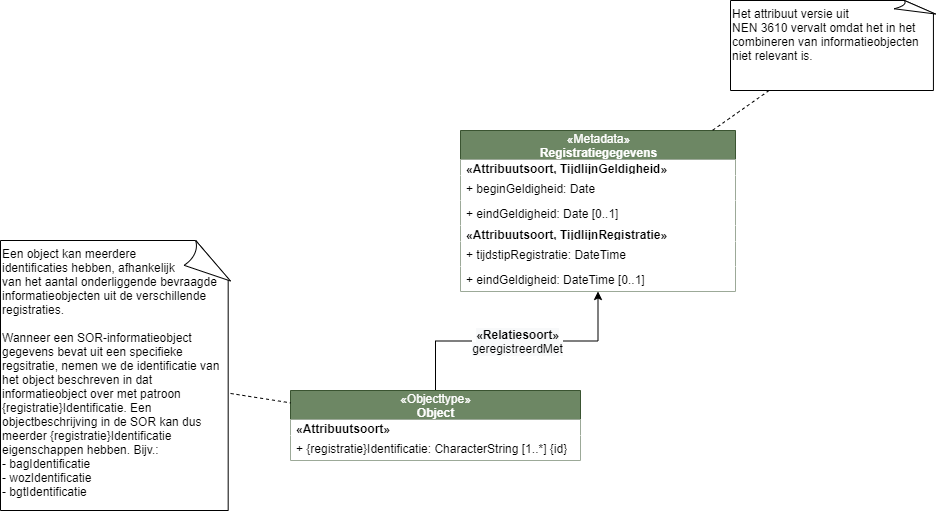
The draw.io diagram inhoudelijkepunten/historie.drawio.png in Geonovum/disgeo-demo-3a, before a commit. Source tidied: cells renumbered, new cells last; positions are measured from the earlier drawing's top-left corner, leaving out a move shared by most shapes.
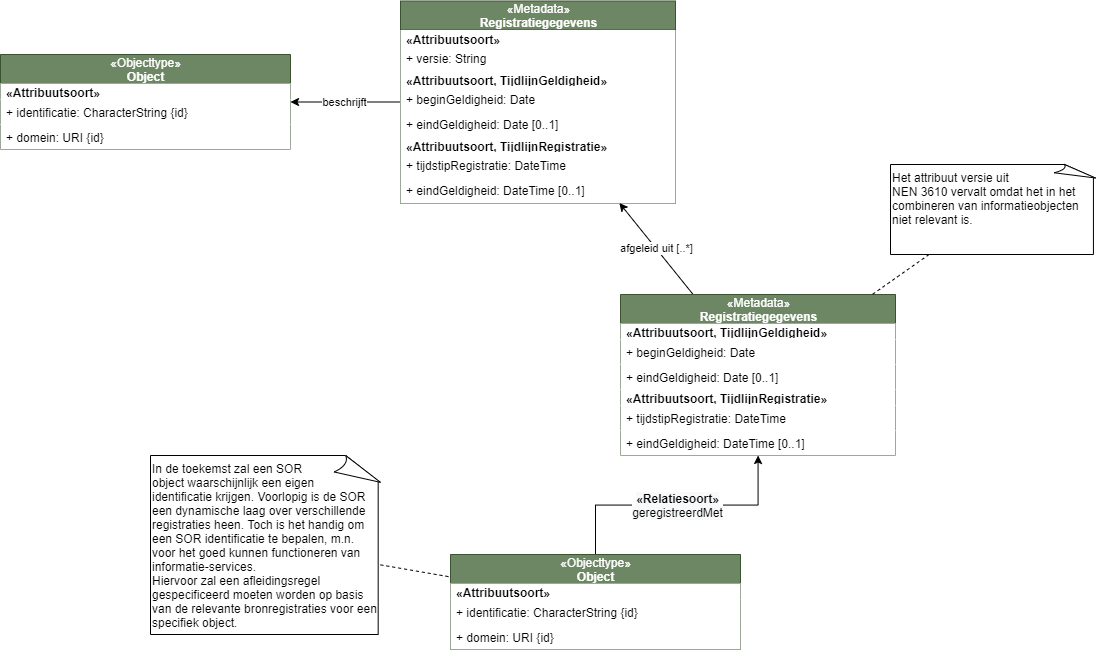
After the commit.

Commit message:
update modelplaat historie

Diff of the diagram source:
```diff
@@ -6,14 +6,20 @@
       <mxGeometry relative="1" as="geometry" />
     </mxCell>
     <mxCell id="3" value="&lt;span style=&quot;font-weight: 400&quot;&gt;«Objecttype»&lt;/span&gt;&lt;br style=&quot;font-weight: 400&quot;&gt;Object" style="swimlane;fontStyle=1;align=center;verticalAlign=middle;horizontal=1;startSize=29;html=1;fillColor=#6d8764;strokeColor=#3A5431;fontColor=#ffffff;" parent="1" vertex="1">
-      <mxGeometry x="290" y="390" width="290" height="70" as="geometry" />
+      <mxGeometry x="290" y="390" width="290" height="95" as="geometry" />
     </mxCell>
     <mxCell id="4" value="&lt;span style=&quot;text-align: center&quot;&gt;&lt;b&gt;«Attribuutsoort»&lt;/b&gt;&lt;/span&gt;" style="text;html=1;align=left;verticalAlign=middle;spacingLeft=4;spacingRight=4;overflow=hidden;fillColor=#ffffff;" parent="3" vertex="1">
       <mxGeometry y="29" width="290" height="16" as="geometry" />
     </mxCell>
-    <mxCell id="5" value="+ {registratie}Identificatie: CharacterString [1..*] {id}" style="text;html=1;align=left;verticalAlign=middle;spacingLeft=4;spacingRight=4;overflow=hidden;fillColor=#ffffff;" parent="3" vertex="1">
+    <mxCell id="5" value="+ identificatie: CharacterString {id}" style="text;html=1;align=left;verticalAlign=middle;spacingLeft=4;spacingRight=4;overflow=hidden;fillColor=#ffffff;" parent="3" vertex="1">
       <mxGeometry y="45" width="290" height="25" as="geometry" />
     </mxCell>
+    <mxCell id="17" value="+ domein: URI {id}" style="text;html=1;align=left;verticalAlign=middle;spacingLeft=4;spacingRight=4;overflow=hidden;fillColor=#ffffff;" parent="3" vertex="1">
+      <mxGeometry y="70" width="290" height="25" as="geometry" />
+    </mxCell>
+    <mxCell id="18" value="afgeleid uit [..*]" style="edgeStyle=none;rounded=0;jettySize=auto;html=1;endArrow=classic;endFill=1;" parent="1" edge="1" source="6" target="20">
+      <mxGeometry relative="1" as="geometry" />
+    </mxCell>
     <mxCell id="6" value="&lt;span style=&quot;font-weight: 400&quot;&gt;«Metadata»&lt;/span&gt;&lt;br style=&quot;font-weight: 400&quot;&gt;Registratiegegevens" style="swimlane;fontStyle=1;align=center;verticalAlign=middle;horizontal=1;startSize=29;html=1;fillColor=#6d8764;strokeColor=#3A5431;fontColor=#ffffff;" parent="1" vertex="1">
       <mxGeometry x="460" y="130" width="275" height="161" as="geometry" />
     </mxCell>
@@ -44,8 +50,50 @@
     <mxCell id="15" style="edgeStyle=none;rounded=0;jettySize=auto;html=1;dashed=1;endArrow=none;endFill=0;" parent="1" edge="1" source="16" target="3">
       <mxGeometry relative="1" as="geometry" />
     </mxCell>
-    <mxCell id="16" value="Een object kan meerdere &lt;br&gt;identificaties hebben, afhankelijk &lt;br&gt;van het aantal onderliggende bevraagde informatieobjecten uit de verschillende registraties. &lt;br&gt;&lt;br&gt;Wanneer een SOR-informatieobject gegevens bevat uit een specifieke regsitratie, nemen we de identificatie van het object beschreven in dat informatieobject over met patroon {registratie}Identificatie. Een objectbeschrijving in de SOR kan dus meerder {registratie}Identificatie eigenschappen hebben. Bijv.:&lt;br&gt;- bagIdentificatie&lt;br&gt;- wozIdentificatie&lt;br&gt;- bgtIdentificatie" style="whiteSpace=wrap;html=1;shape=mxgraph.basic.document;align=left;horizontal=1;verticalAlign=top;" parent="1" vertex="1">
-      <mxGeometry y="240" width="230" height="270" as="geometry" />
+    <mxCell id="16" value="In de toekemst zal een SOR &lt;br&gt;object waarschijnlijk een eigen &lt;br&gt;identificatie krijgen. Voorlopig is de SOR een dynamische laag over verschillende registraties heen. Toch is het handig om een SOR identificatie te bepalen, m.n. voor het goed kunnen functioneren van informatie-services.&lt;br&gt;Hiervoor zal een afleidingsregel gespecificeerd moeten worden op basis van de relevante bronregistraties voor een specifiek object." style="whiteSpace=wrap;html=1;shape=mxgraph.basic.document;align=left;horizontal=1;verticalAlign=top;" parent="1" vertex="1">
+      <mxGeometry x="-10" y="291" width="230" height="179" as="geometry" />
     </mxCell>
+    <mxCell id="19" value="beschrijft" style="edgeStyle=none;rounded=0;jettySize=auto;html=1;endArrow=classic;endFill=1;" parent="1" edge="1" source="20" target="29">
+      <mxGeometry relative="1" as="geometry" />
+    </mxCell>
+    <mxCell id="20" value="&lt;span style=&quot;font-weight: 400&quot;&gt;«Metadata»&lt;/span&gt;&lt;br style=&quot;font-weight: 400&quot;&gt;Registratiegegevens" style="swimlane;fontStyle=1;align=center;verticalAlign=middle;horizontal=1;startSize=29;html=1;fillColor=#6d8764;strokeColor=#3A5431;fontColor=#ffffff;" parent="1" vertex="1">
+      <mxGeometry x="240" y="-163.5" width="275" height="202" as="geometry" />
+    </mxCell>
+    <mxCell id="21" value="&lt;span style=&quot;text-align: center&quot;&gt;&lt;b&gt;«Attribuutsoort»&lt;/b&gt;&lt;/span&gt;" style="text;html=1;align=left;verticalAlign=middle;spacingLeft=4;spacingRight=4;overflow=hidden;fillColor=#ffffff;" parent="20" vertex="1">
+      <mxGeometry y="29" width="275" height="16" as="geometry" />
+    </mxCell>
+    <mxCell id="22" value="+ versie: String" style="text;html=1;align=left;verticalAlign=middle;spacingLeft=4;spacingRight=4;overflow=hidden;fillColor=#ffffff;" parent="20" vertex="1">
+      <mxGeometry y="45" width="275" height="25" as="geometry" />
+    </mxCell>
+    <mxCell id="23" value="&lt;span style=&quot;text-align: center&quot;&gt;&lt;b&gt;«Attribuutsoort, TijdlijnGeldigheid»&lt;/b&gt;&lt;/span&gt;" style="text;html=1;align=left;verticalAlign=middle;spacingLeft=4;spacingRight=4;overflow=hidden;fillColor=#ffffff;" parent="20" vertex="1">
+      <mxGeometry y="70" width="275" height="16" as="geometry" />
+    </mxCell>
+    <mxCell id="24" value="+ beginGeldigheid: Date" style="text;html=1;align=left;verticalAlign=middle;spacingLeft=4;spacingRight=4;overflow=hidden;fillColor=#ffffff;" parent="20" vertex="1">
+      <mxGeometry y="86" width="275" height="25" as="geometry" />
+    </mxCell>
+    <mxCell id="25" value="+ eindGeldigheid: Date [0..1]" style="text;html=1;align=left;verticalAlign=middle;spacingLeft=4;spacingRight=4;overflow=hidden;fillColor=#ffffff;" parent="20" vertex="1">
+      <mxGeometry y="111" width="275" height="25" as="geometry" />
+    </mxCell>
+    <mxCell id="26" value="&lt;span style=&quot;text-align: center&quot;&gt;&lt;b&gt;«Attribuutsoort, TijdlijnRegistratie»&lt;/b&gt;&lt;/span&gt;" style="text;html=1;align=left;verticalAlign=middle;spacingLeft=4;spacingRight=4;overflow=hidden;fillColor=#ffffff;" parent="20" vertex="1">
+      <mxGeometry y="136" width="275" height="16" as="geometry" />
+    </mxCell>
+    <mxCell id="27" value="+ tijdstipRegistratie: DateTime" style="text;html=1;align=left;verticalAlign=middle;spacingLeft=4;spacingRight=4;overflow=hidden;fillColor=#ffffff;" parent="20" vertex="1">
+      <mxGeometry y="152" width="275" height="25" as="geometry" />
+    </mxCell>
+    <mxCell id="28" value="+ eindGeldigheid: DateTime [0..1]" style="text;html=1;align=left;verticalAlign=middle;spacingLeft=4;spacingRight=4;overflow=hidden;fillColor=#ffffff;" parent="20" vertex="1">
+      <mxGeometry y="177" width="275" height="25" as="geometry" />
+    </mxCell>
+    <mxCell id="29" value="&lt;span style=&quot;font-weight: 400&quot;&gt;«Objecttype»&lt;/span&gt;&lt;br style=&quot;font-weight: 400&quot;&gt;Object" style="swimlane;fontStyle=1;align=center;verticalAlign=middle;horizontal=1;startSize=29;html=1;fillColor=#6d8764;strokeColor=#3A5431;fontColor=#ffffff;" parent="1" vertex="1">
+      <mxGeometry x="-160" y="-110" width="290" height="95" as="geometry" />
+    </mxCell>
+    <mxCell id="30" value="&lt;span style=&quot;text-align: center&quot;&gt;&lt;b&gt;«Attribuutsoort»&lt;/b&gt;&lt;/span&gt;" style="text;html=1;align=left;verticalAlign=middle;spacingLeft=4;spacingRight=4;overflow=hidden;fillColor=#ffffff;" parent="29" vertex="1">
+      <mxGeometry y="29" width="290" height="16" as="geometry" />
+    </mxCell>
+    <mxCell id="31" value="+ identificatie: CharacterString {id}" style="text;html=1;align=left;verticalAlign=middle;spacingLeft=4;spacingRight=4;overflow=hidden;fillColor=#ffffff;" parent="29" vertex="1">
+      <mxGeometry y="45" width="290" height="25" as="geometry" />
+    </mxCell>
+    <mxCell id="32" value="+ domein: URI {id}" style="text;html=1;align=left;verticalAlign=middle;spacingLeft=4;spacingRight=4;overflow=hidden;fillColor=#ffffff;" parent="29" vertex="1">
+      <mxGeometry y="70" width="290" height="25" as="geometry" />
+    </mxCell>
   </root>
 </mxGraphModel>
```
